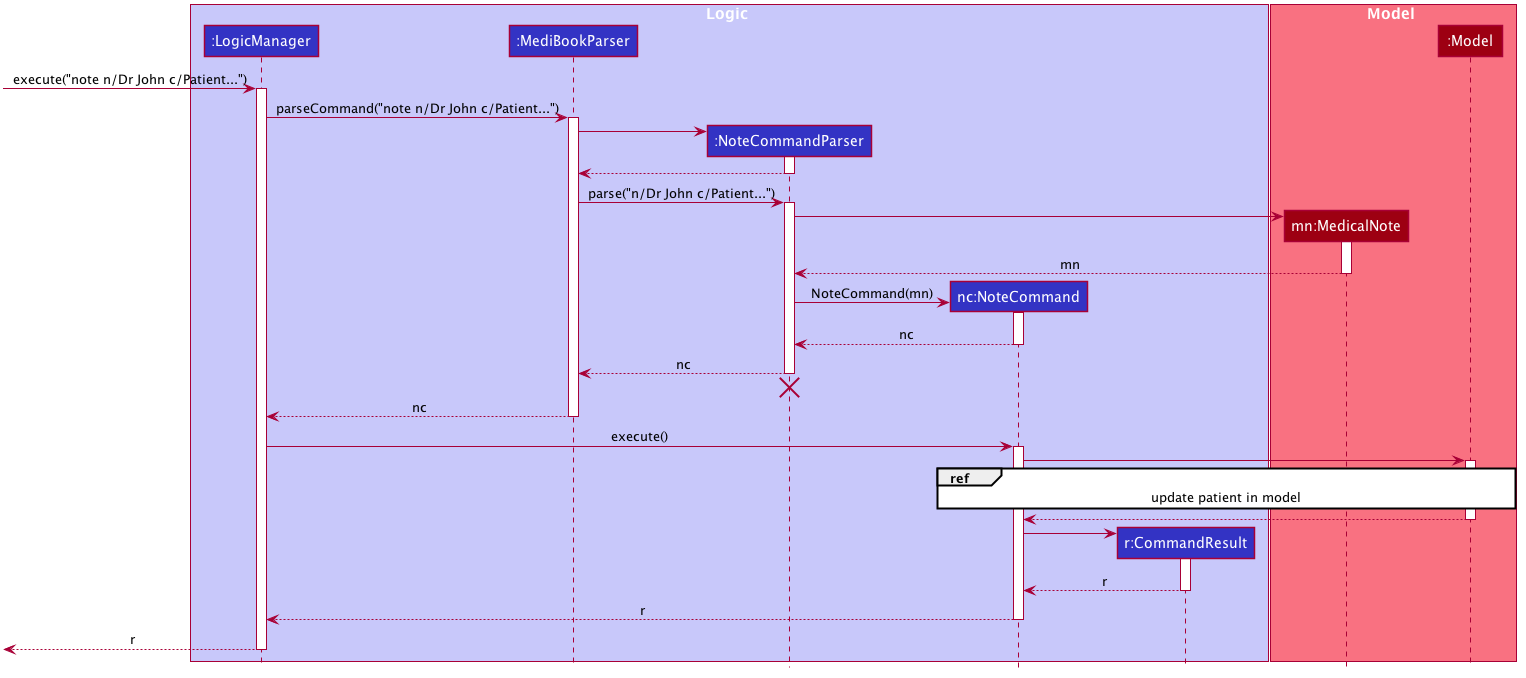
The PlantUML diagram docs/images/NoteSequenceDiagramFocusLogic.png in wang-jun-hao/tp, before a commit. Source of this version:
```plantuml
@startuml








skinparam BackgroundColor #FFFFFFF

skinparam Shadowing false

skinparam Class {
    FontColor #FFFFFF
    BorderThickness 1
    BorderColor #FFFFFF
    StereotypeFontColor #FFFFFF
    FontName Arial
}

skinparam Actor {
    BorderColor #000000
    Color #000000
    FontName Arial
}

skinparam Sequence {
    MessageAlign center
    BoxFontSize 15
    BoxPadding 0
    BoxFontColor #FFFFFF
    FontName Arial
}

skinparam Participant {
    FontColor #FFFFFFF
    Padding 20
}

skinparam MinClassWidth 50
skinparam ParticipantPadding 10
skinparam Shadowing false
skinparam DefaultTextAlignment center
skinparam packageStyle Rectangle

hide footbox
hide members
hide circle

box Logic #C8C8FA
participant ":LogicManager" as LogicManager #3333C4
participant ":MediBookParser" as MediBookParser #3333C4
participant ":NoteCommandParser" as NoteCommandParser #3333C4
participant "nc:NoteCommand" as NoteCommand #3333C4
participant "r:CommandResult" as CommandResult #3333C4
end box

box Model #F97181
participant "mn:MedicalNote" as MedicalNote #9D0012
participant ":Model" as Model #9D0012
end box

[-> LogicManager : execute("note n/Dr John c/Patient...")
activate LogicManager

LogicManager -> MediBookParser : parseCommand("note n/Dr John c/Patient...")
activate MediBookParser

create NoteCommandParser
MediBookParser -> NoteCommandParser
activate NoteCommandParser

NoteCommandParser --> MediBookParser
deactivate NoteCommandParser

MediBookParser -> NoteCommandParser : parse("n/Dr John c/Patient...")
activate NoteCommandParser

create MedicalNote
NoteCommandParser -> MedicalNote
activate MedicalNote

MedicalNote --> NoteCommandParser : mn
deactivate MedicalNote

create NoteCommand
NoteCommandParser -> NoteCommand : NoteCommand(mn)
activate NoteCommand

NoteCommand --> NoteCommandParser : nc
deactivate NoteCommand

NoteCommandParser --> MediBookParser : nc
deactivate NoteCommandParser


NoteCommandParser -[hidden]-> MediBookParser
destroy NoteCommandParser

MediBookParser --> LogicManager : nc
deactivate MediBookParser

LogicManager -> NoteCommand : execute()
activate NoteCommand

NoteCommand -> Model
activate Model

ref over NoteCommand, Model : update patient in model

Model --> NoteCommand
deactivate Model

create CommandResult
NoteCommand -> CommandResult
activate CommandResult

CommandResult --> NoteCommand : r
deactivate CommandResult

NoteCommand --> LogicManager : r
deactivate NoteCommand

[<--LogicManager : r
deactivate LogicManager
@enduml
```
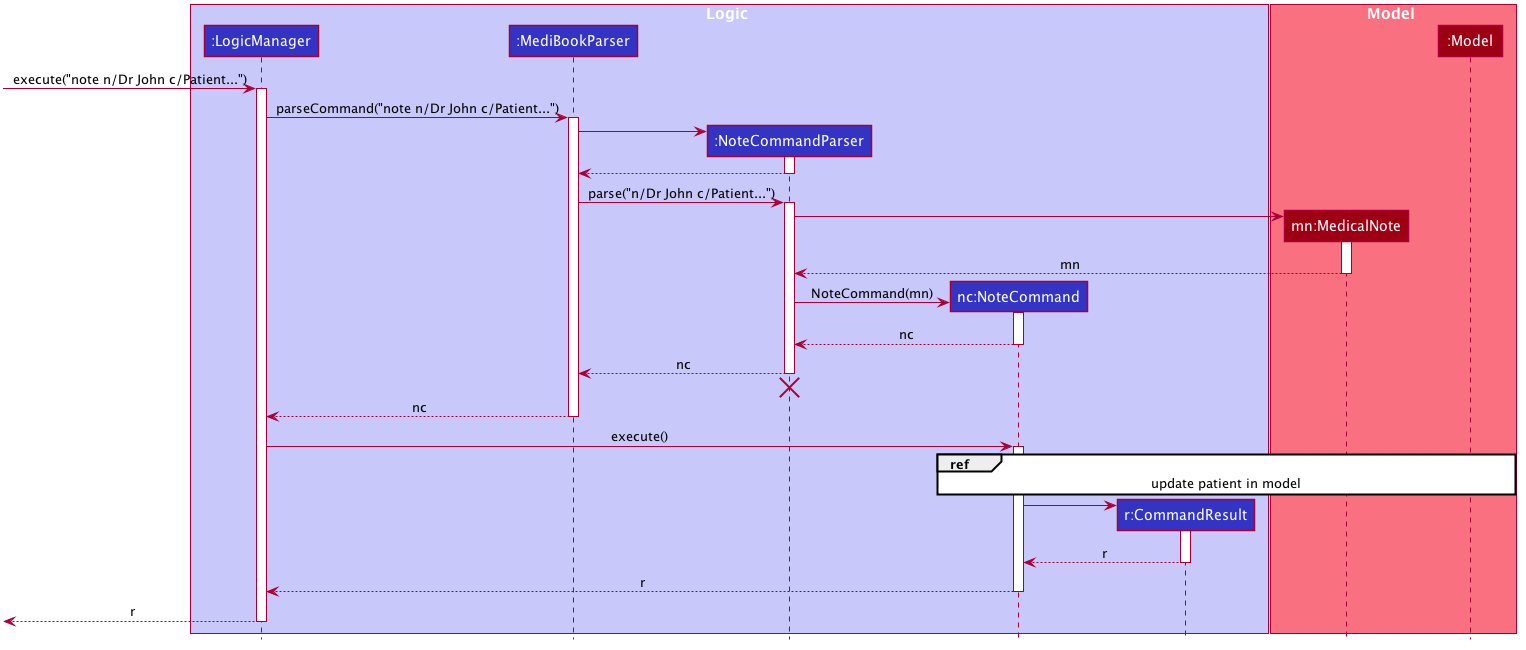
After the change.

Commit message:
Update sequence diagram for note command in DG

The edit, as a diff of the source:
```diff
@@ -104,13 +104,7 @@
 LogicManager -> NoteCommand : execute()
 activate NoteCommand
 
-NoteCommand -> Model
-activate Model
-
 ref over NoteCommand, Model : update patient in model
-
-Model --> NoteCommand
-deactivate Model
 
 create CommandResult
 NoteCommand -> CommandResult
```
